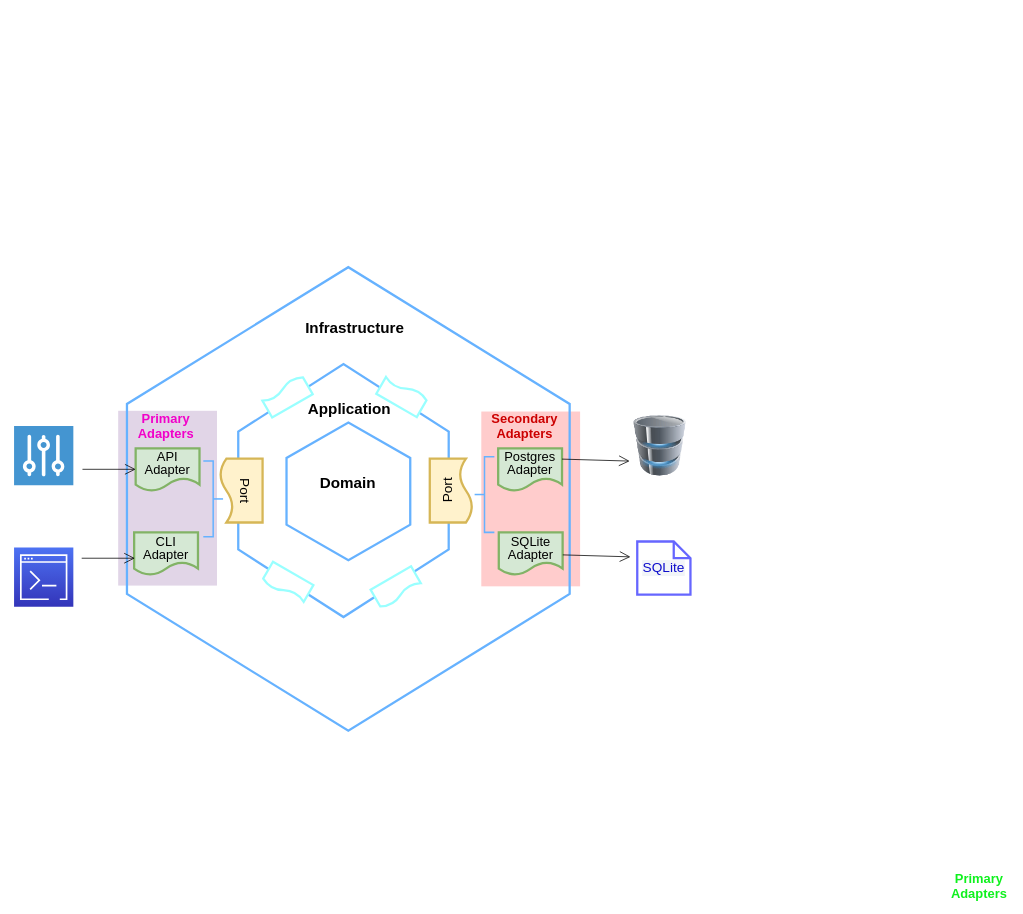
Earlier version of the draw.io diagram page "hexagoanl" (2 of 2) of scrapper.drawio (shaam-codes/scrapper-docs). Source tidied: cells renumbered, new cells numbered last; positions are measured from the earlier drawing's top-left corner, leaving out a move shared by most shapes. Both pictures are drawn from the tidied source at 76%, with x=0, y=0 at pixel (14, 277).
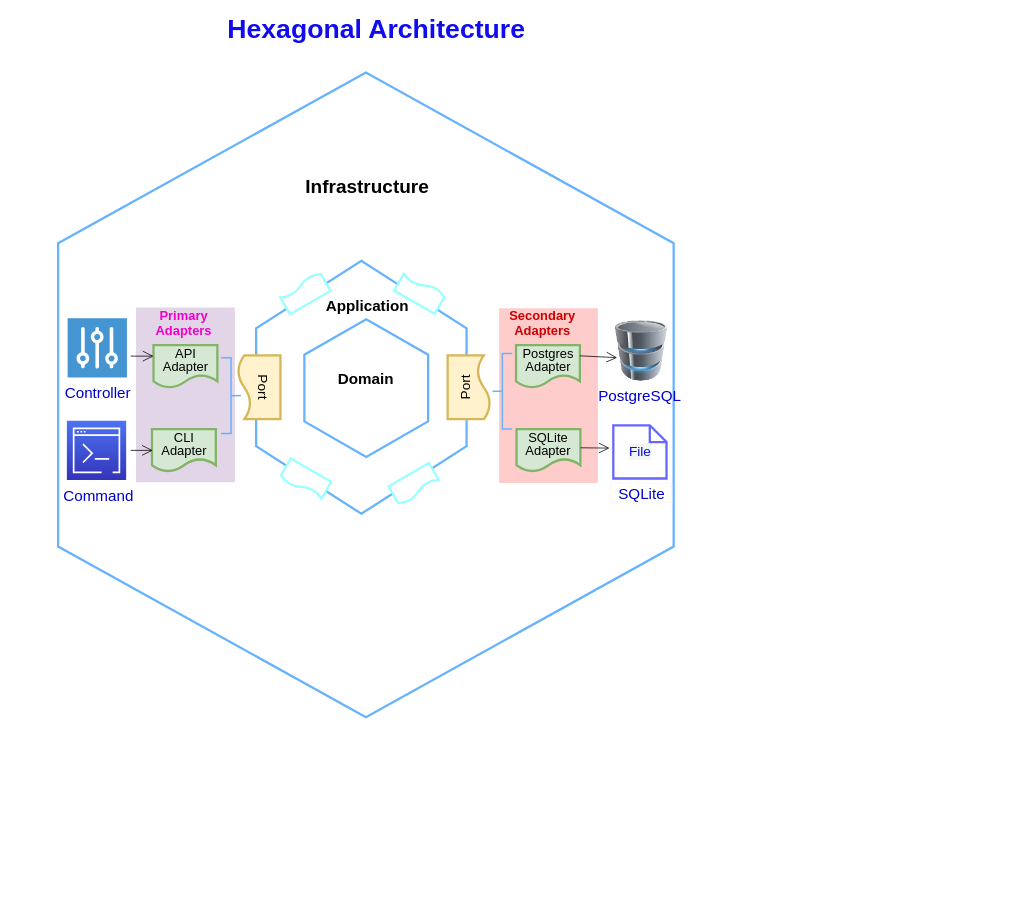
The same page after the edit.

Change to the diagram source:
```diff
@@
+    <mxCell id="33" style="group;" parent="1" vertex="1">
+      <mxGeometry x="58" y="-270" width="809.9" height="848.1" as="geometry" />
+    </mxCell>
-    <mxCell id="2" style="rounded=0;whiteSpace=wrap;html=1;strokeColor=none;strokeWidth=3;fontSize=17;fillColor=#ffcccc;" parent="1" vertex="1">
-      <mxGeometry x="614.8" y="176" width="130" height="230" as="geometry" />
+    <mxCell id="2" style="rounded=0;whiteSpace=wrap;html=1;strokeColor=none;strokeWidth=3;fontSize=17;fillColor=#ffcccc;" parent="33" vertex="1">
+      <mxGeometry x="580.2" y="310.1" width="130" height="230" as="geometry" />
     </mxCell>
-    <mxCell id="3" style="rounded=0;whiteSpace=wrap;html=1;strokeColor=none;strokeWidth=3;fontSize=17;fillColor=#e1d5e7;" parent="1" vertex="1">
-      <mxGeometry x="137" y="175" width="130" height="230" as="geometry" />
+    <mxCell id="3" style="rounded=0;whiteSpace=wrap;html=1;strokeColor=none;strokeWidth=3;fontSize=17;fillColor=#e1d5e7;" parent="33" vertex="1">
+      <mxGeometry x="102.5" y="309.1" width="130" height="230" as="geometry" />
     </mxCell>
-    <mxCell id="4" style="shape=hexagon;perimeter=hexagonPerimeter2;whiteSpace=wrap;html=1;fixedSize=1;strokeColor=#66B2FF;strokeWidth=3;fontSize=13;fillColor=none;gradientColor=none;rounded=0;rotation=90;size=180;" parent="1" vertex="1">
-      <mxGeometry x="134.8" y="-0.2" width="610" height="582.5" as="geometry" />
+    <mxCell id="4" style="shape=hexagon;perimeter=hexagonPerimeter2;whiteSpace=wrap;html=1;fixedSize=1;strokeColor=#66B2FF;strokeWidth=3;fontSize=13;fillColor=none;gradientColor=none;rounded=0;rotation=90;size=224.57000000000016;" parent="33" vertex="1">
+      <mxGeometry x="-19.1" y="19.1" width="848.1" height="809.9" as="geometry" />
     </mxCell>
-    <mxCell id="5" style="shape=hexagon;perimeter=hexagonPerimeter2;whiteSpace=wrap;html=1;fixedSize=1;strokeColor=#66B2FF;strokeWidth=3;fontSize=13;fillColor=none;gradientColor=none;rounded=0;rotation=90;size=88.92000000000007;" parent="1" vertex="1">
-      <mxGeometry x="267" y="141.5" width="332.9" height="276.9" as="geometry" />
+    <mxCell id="5" style="shape=hexagon;perimeter=hexagonPerimeter2;whiteSpace=wrap;html=1;fixedSize=1;strokeColor=#66B2FF;strokeWidth=3;fontSize=13;fillColor=none;gradientColor=none;rounded=0;rotation=90;size=88.92000000000007;" parent="33" vertex="1">
+      <mxGeometry x="232.5" y="275.6" width="332.9" height="276.9" as="geometry" />
     </mxCell>
-    <mxCell id="6" style="shape=hexagon;perimeter=hexagonPerimeter2;whiteSpace=wrap;html=1;fixedSize=1;strokeColor=#66B2FF;strokeWidth=3;fontSize=13;fillColor=none;gradientColor=none;rounded=0;rotation=90;size=46.700000000000045;" parent="1" vertex="1">
-      <mxGeometry x="349.3" y="199.6" width="181.2" height="162.8" as="geometry" />
+    <mxCell id="6" style="shape=hexagon;perimeter=hexagonPerimeter2;whiteSpace=wrap;html=1;fixedSize=1;strokeColor=#66B2FF;strokeWidth=3;fontSize=13;fillColor=none;gradientColor=none;rounded=0;rotation=90;size=46.700000000000045;" parent="33" vertex="1">
+      <mxGeometry x="314.8" y="333.7" width="181.2" height="162.8" as="geometry" />
     </mxCell>
-    <mxCell id="7" value="Domain" style="text;align=center;fontStyle=1;verticalAlign=middle;spacingLeft=3;spacingRight=3;strokeColor=none;fontSize=20;" parent="1" vertex="1">
-      <mxGeometry x="399.5" y="254.6" width="80" height="26" as="geometry" />
+    <mxCell id="7" value="Domain" style="text;align=center;fontStyle=1;verticalAlign=middle;spacingLeft=3;spacingRight=3;strokeColor=none;fontSize=20;" parent="33" vertex="1">
+      <mxGeometry x="365" y="388.7" width="80" height="26" as="geometry" />
     </mxCell>
-    <mxCell id="8" value="Application" style="text;align=center;fontStyle=1;verticalAlign=middle;spacingLeft=3;spacingRight=3;strokeColor=none;fontSize=20;" parent="1" vertex="1">
-      <mxGeometry x="401.5" y="153" width="80" height="36" as="geometry" />
+    <mxCell id="8" value="Application" style="text;align=center;fontStyle=1;verticalAlign=middle;spacingLeft=3;spacingRight=3;strokeColor=none;fontSize=20;" parent="33" vertex="1">
+      <mxGeometry x="367" y="287.1" width="80" height="36" as="geometry" />
     </mxCell>
-    <mxCell id="9" value="&lt;p style=&quot;line-height: 100%; font-size: 17px;&quot;&gt;&lt;font style=&quot;font-size: 17px;&quot;&gt;API&lt;br&gt;Adapter&lt;/font&gt;&lt;/p&gt;" style="shape=document;whiteSpace=wrap;html=1;boundedLbl=1;rounded=0;strokeColor=#82b366;strokeWidth=3;fontSize=28;fillColor=#d5e8d4;" parent="1" vertex="1">
-      <mxGeometry x="160" y="224.6" width="84" height="56" as="geometry" />
+    <mxCell id="9" value="&lt;p style=&quot;line-height: 100%; font-size: 17px;&quot;&gt;&lt;font style=&quot;font-size: 17px;&quot;&gt;API&lt;br&gt;Adapter&lt;/font&gt;&lt;/p&gt;" style="shape=document;whiteSpace=wrap;html=1;boundedLbl=1;rounded=0;strokeColor=#82b366;strokeWidth=3;fontSize=28;fillColor=#d5e8d4;" parent="33" vertex="1">
+      <mxGeometry x="125.5" y="358.7" width="84" height="56" as="geometry" />
     </mxCell>
-    <mxCell id="10" value="&lt;p style=&quot;line-height: 100%; font-size: 17px;&quot;&gt;&lt;font style=&quot;font-size: 17px;&quot;&gt;CLI&lt;br&gt;Adapter&lt;/font&gt;&lt;/p&gt;" style="shape=document;whiteSpace=wrap;html=1;boundedLbl=1;rounded=0;strokeColor=#82b366;strokeWidth=3;fontSize=28;fillColor=#d5e8d4;" parent="1" vertex="1">
-      <mxGeometry x="158" y="335" width="84" height="56" as="geometry" />
+    <mxCell id="10" value="&lt;p style=&quot;line-height: 100%; font-size: 17px;&quot;&gt;&lt;font style=&quot;font-size: 17px;&quot;&gt;CLI&lt;br&gt;Adapter&lt;/font&gt;&lt;/p&gt;" style="shape=document;whiteSpace=wrap;html=1;boundedLbl=1;rounded=0;strokeColor=#82b366;strokeWidth=3;fontSize=28;fillColor=#d5e8d4;" parent="33" vertex="1">
+      <mxGeometry x="123.5" y="469.1" width="84" height="56" as="geometry" />
     </mxCell>
-    <mxCell id="11" value="&lt;p style=&quot;line-height: 100%; font-size: 17px;&quot;&gt;&lt;font style=&quot;font-size: 17px;&quot;&gt;Postgres&lt;br&gt;Adapter&lt;/font&gt;&lt;/p&gt;" style="shape=document;whiteSpace=wrap;html=1;boundedLbl=1;rounded=0;strokeColor=#82b366;strokeWidth=3;fontSize=28;fillColor=#d5e8d4;" parent="1" vertex="1">
-      <mxGeometry x="637" y="224.6" width="84" height="56" as="geometry" />
+    <mxCell id="11" value="&lt;p style=&quot;line-height: 100%; font-size: 17px;&quot;&gt;&lt;font style=&quot;font-size: 17px;&quot;&gt;Postgres&lt;br&gt;Adapter&lt;/font&gt;&lt;/p&gt;" style="shape=document;whiteSpace=wrap;html=1;boundedLbl=1;rounded=0;strokeColor=#82b366;strokeWidth=3;fontSize=28;fillColor=#d5e8d4;" parent="33" vertex="1">
+      <mxGeometry x="602.5" y="358.7" width="84" height="56" as="geometry" />
     </mxCell>
-    <mxCell id="12" value="&lt;p style=&quot;line-height: 100%; font-size: 17px;&quot;&gt;&lt;font style=&quot;font-size: 17px;&quot;&gt;SQLite&lt;br&gt;Adapter&lt;/font&gt;&lt;/p&gt;" style="shape=document;whiteSpace=wrap;html=1;boundedLbl=1;rounded=0;strokeColor=#82b366;strokeWidth=3;fontSize=28;fillColor=#d5e8d4;" parent="1" vertex="1">
-      <mxGeometry x="637.8" y="335" width="84" height="56" as="geometry" />
+    <mxCell id="12" value="&lt;p style=&quot;line-height: 100%; font-size: 17px;&quot;&gt;&lt;font style=&quot;font-size: 17px;&quot;&gt;SQLite&lt;br&gt;Adapter&lt;/font&gt;&lt;/p&gt;" style="shape=document;whiteSpace=wrap;html=1;boundedLbl=1;rounded=0;strokeColor=#82b366;strokeWidth=3;fontSize=28;fillColor=#d5e8d4;" parent="33" vertex="1">
+      <mxGeometry x="603.2" y="469.1" width="84" height="56" as="geometry" />
     </mxCell>
-    <mxCell id="13" value="&lt;font style=&quot;font-size: 18px;&quot;&gt;Port&lt;br&gt;&lt;/font&gt;" style="shape=document;whiteSpace=wrap;html=1;boundedLbl=1;rounded=0;strokeColor=#d6b656;strokeWidth=3;fontSize=28;fillColor=#fff2cc;rotation=90;" parent="1" vertex="1">
-      <mxGeometry x="257" y="252" width="84" height="56" as="geometry" />
+    <mxCell id="13" value="&lt;font style=&quot;font-size: 18px;&quot;&gt;Port&lt;br&gt;&lt;/font&gt;" style="shape=document;whiteSpace=wrap;html=1;boundedLbl=1;rounded=0;strokeColor=#d6b656;strokeWidth=3;fontSize=28;fillColor=#fff2cc;rotation=90;" parent="33" vertex="1">
+      <mxGeometry x="222.5" y="386.1" width="84" height="56" as="geometry" />
     </mxCell>
-    <mxCell id="14" value="&lt;font style=&quot;font-size: 18px;&quot;&gt;Port&lt;br&gt;&lt;/font&gt;" style="shape=document;whiteSpace=wrap;html=1;boundedLbl=1;rounded=0;strokeColor=#d6b656;strokeWidth=3;fontSize=28;fillColor=#fff2cc;rotation=-90;" parent="1" vertex="1">
-      <mxGeometry x="533" y="252" width="84" height="56" as="geometry" />
+    <mxCell id="14" value="&lt;font style=&quot;font-size: 18px;&quot;&gt;Port&lt;br&gt;&lt;/font&gt;" style="shape=document;whiteSpace=wrap;html=1;boundedLbl=1;rounded=0;strokeColor=#d6b656;strokeWidth=3;fontSize=28;fillColor=#fff2cc;rotation=-90;" parent="33" vertex="1">
+      <mxGeometry x="498.5" y="386.1" width="84" height="56" as="geometry" />
     </mxCell>
-    <mxCell id="15" value="Infrastructure" style="text;align=center;fontStyle=1;verticalAlign=middle;spacingLeft=3;spacingRight=3;strokeColor=none;fontSize=20;" parent="1" vertex="1">
-      <mxGeometry x="408.5" y="46" width="80" height="36" as="geometry" />
+    <mxCell id="15" value="Infrastructure" style="text;align=center;fontStyle=1;verticalAlign=middle;spacingLeft=3;spacingRight=3;strokeColor=none;fontSize=25;" parent="33" vertex="1">
+      <mxGeometry x="367" y="129.1" width="80" height="36" as="geometry" />
     </mxCell>
-    <mxCell id="16" value="Primary&#10;Adapters" style="text;align=center;fontStyle=1;verticalAlign=middle;spacingLeft=3;spacingRight=3;strokeColor=none;fontSize=17;fontColor=#F100C9;" parent="1" vertex="1">
-      <mxGeometry x="160" y="181" width="80" height="26" as="geometry" />
+    <mxCell id="16" value="Primary&#10;Adapters" style="text;align=center;fontStyle=1;verticalAlign=middle;spacingLeft=3;spacingRight=3;strokeColor=none;fontSize=17;fontColor=#F100C9;" parent="33" vertex="1">
+      <mxGeometry x="125.5" y="315.1" width="80" height="26" as="geometry" />
     </mxCell>
-    <mxCell id="17" value="Secondary&#10;Adapters" style="text;align=center;fontStyle=1;verticalAlign=middle;spacingLeft=3;spacingRight=3;strokeColor=none;fontSize=17;fontColor=#CC0000;" parent="1" vertex="1">
-      <mxGeometry x="632" y="181" width="80" height="26" as="geometry" />
+    <mxCell id="17" value="Secondary&#10;Adapters" style="text;align=center;fontStyle=1;verticalAlign=middle;spacingLeft=3;spacingRight=3;strokeColor=none;fontSize=17;fontColor=#CC0000;" parent="33" vertex="1">
+      <mxGeometry x="597.5" y="315.1" width="80" height="26" as="geometry" />
     </mxCell>
-    <mxCell id="18" value="Primary&#10;Adapters" style="text;align=center;fontStyle=1;verticalAlign=middle;spacingLeft=3;spacingRight=3;strokeColor=none;fontSize=17;fontColor=#0ef11d;" parent="1" vertex="1">
-      <mxGeometry x="1230" y="786" width="80" height="26" as="geometry" />
-    </mxCell>
-    <mxCell id="19" style="strokeWidth=2;html=1;shape=mxgraph.flowchart.annotation_2;align=left;labelPosition=right;rounded=0;labelBackgroundColor=#99CCFF;strokeColor=#66B2FF;fontSize=17;fontColor=#F10707;fillColor=#CCE5FF;gradientColor=none;" parent="1" vertex="1">
-      <mxGeometry x="606" y="235.4" width="26" height="99.6" as="geometry" />
+    <mxCell id="19" style="strokeWidth=2;html=1;shape=mxgraph.flowchart.annotation_2;align=left;labelPosition=right;rounded=0;labelBackgroundColor=#99CCFF;strokeColor=#66B2FF;fontSize=17;fontColor=#F10707;fillColor=#CCE5FF;gradientColor=none;" parent="33" vertex="1">
+      <mxGeometry x="571.5" y="369.5" width="26" height="99.6" as="geometry" />
     </mxCell>
-    <mxCell id="20" style="strokeWidth=2;html=1;shape=mxgraph.flowchart.annotation_2;align=left;labelPosition=right;rounded=0;labelBackgroundColor=#99CCFF;strokeColor=#66B2FF;fontSize=17;fontColor=#F10707;fillColor=#CCE5FF;gradientColor=none;rotation=-180;" parent="1" vertex="1">
-      <mxGeometry x="249" y="241.2" width="26" height="99.6" as="geometry" />
+    <mxCell id="20" style="strokeWidth=2;html=1;shape=mxgraph.flowchart.annotation_2;align=left;labelPosition=right;rounded=0;labelBackgroundColor=#99CCFF;strokeColor=#66B2FF;fontSize=17;fontColor=#F10707;fillColor=#CCE5FF;gradientColor=none;rotation=-180;" parent="33" vertex="1">
+      <mxGeometry x="214.5" y="375.3" width="26" height="99.6" as="geometry" />
     </mxCell>
-    <mxCell id="21" value="&lt;font style=&quot;&quot;&gt;&lt;br&gt;&lt;/font&gt;" style="shape=document;whiteSpace=wrap;html=1;boundedLbl=1;rounded=0;strokeColor=#99FFFF;strokeWidth=3;fontSize=28;fillColor=default;rotation=-210;fixDash=0;backgroundOutline=0;movableLabel=1;" parent="1" vertex="1">
-      <mxGeometry x="328" y="140.5" width="61.5" height="30" as="geometry">
+    <mxCell id="21" value="&lt;font style=&quot;&quot;&gt;&lt;br&gt;&lt;/font&gt;" style="shape=document;whiteSpace=wrap;html=1;boundedLbl=1;rounded=0;strokeColor=#99FFFF;strokeWidth=3;fontSize=28;fillColor=default;rotation=-210;fixDash=0;backgroundOutline=0;movableLabel=1;" parent="33" vertex="1">
+      <mxGeometry x="293.5" y="274.6" width="61.5" height="30" as="geometry">
         <mxPoint x="5" y="-8.7" as="offset" />
       </mxGeometry>
     </mxCell>
-    <mxCell id="22" value="&lt;font style=&quot;&quot;&gt;&lt;br&gt;&lt;/font&gt;" style="shape=document;whiteSpace=wrap;html=1;boundedLbl=1;rounded=0;strokeColor=#99FFFF;strokeWidth=3;fontSize=28;fillColor=default;rotation=30;fixDash=0;backgroundOutline=0;movableLabel=1;" parent="1" vertex="1">
-      <mxGeometry x="329" y="387" width="61.5" height="30" as="geometry">
+    <mxCell id="22" value="&lt;font style=&quot;&quot;&gt;&lt;br&gt;&lt;/font&gt;" style="shape=document;whiteSpace=wrap;html=1;boundedLbl=1;rounded=0;strokeColor=#99FFFF;strokeWidth=3;fontSize=28;fillColor=default;rotation=30;fixDash=0;backgroundOutline=0;movableLabel=1;" parent="33" vertex="1">
+      <mxGeometry x="294.5" y="521.1" width="61.5" height="30" as="geometry">
         <mxPoint x="5" y="-8.7" as="offset" />
       </mxGeometry>
     </mxCell>
-    <mxCell id="23" value="&lt;font style=&quot;&quot;&gt;&lt;br&gt;&lt;/font&gt;" style="shape=document;whiteSpace=wrap;html=1;boundedLbl=1;rounded=0;strokeColor=#99FFFF;strokeWidth=3;fontSize=28;fillColor=default;rotation=-30;fixDash=0;backgroundOutline=0;movableLabel=1;" parent="1" vertex="1">
-      <mxGeometry x="472.5" y="393" width="61.5" height="30" as="geometry">
+    <mxCell id="23" value="&lt;font style=&quot;&quot;&gt;&lt;br&gt;&lt;/font&gt;" style="shape=document;whiteSpace=wrap;html=1;boundedLbl=1;rounded=0;strokeColor=#99FFFF;strokeWidth=3;fontSize=28;fillColor=default;rotation=-30;fixDash=0;backgroundOutline=0;movableLabel=1;" parent="33" vertex="1">
+      <mxGeometry x="438" y="527.1" width="61.5" height="30" as="geometry">
         <mxPoint x="5" y="-8.7" as="offset" />
       </mxGeometry>
     </mxCell>
-    <mxCell id="24" value="&lt;font style=&quot;&quot;&gt;&lt;br&gt;&lt;/font&gt;" style="shape=document;whiteSpace=wrap;html=1;boundedLbl=1;rounded=0;strokeColor=#99FFFF;strokeWidth=3;fontSize=28;fillColor=default;rotation=-150;fixDash=0;backgroundOutline=0;movableLabel=1;" parent="1" vertex="1">
-      <mxGeometry x="480" y="140" width="61.5" height="30" as="geometry">
+    <mxCell id="24" value="&lt;font style=&quot;&quot;&gt;&lt;br&gt;&lt;/font&gt;" style="shape=document;whiteSpace=wrap;html=1;boundedLbl=1;rounded=0;strokeColor=#99FFFF;strokeWidth=3;fontSize=28;fillColor=default;rotation=-150;fixDash=0;backgroundOutline=0;movableLabel=1;" parent="33" vertex="1">
+      <mxGeometry x="445.5" y="274.1" width="61.5" height="30" as="geometry">
         <mxPoint x="5" y="-8.7" as="offset" />
       </mxGeometry>
     </mxCell>
-    <mxCell id="25" style="sketch=0;fontColor=#232F3E;gradientColor=#4D72F3;gradientDirection=north;fillColor=#3334B9;strokeColor=#ffffff;dashed=0;verticalLabelPosition=bottom;verticalAlign=top;align=center;html=1;fontSize=12;fontStyle=0;shape=mxgraph.aws4.resourceIcon;resIcon=mxgraph.aws4.command_line_interface;rounded=0;labelBackgroundColor=#f2f5f8;strokeWidth=3;" parent="1" vertex="1">
-      <mxGeometry y="355" width="78" height="78" as="geometry" />
+    <mxCell id="25" style="sketch=0;fontColor=#232F3E;gradientColor=#4D72F3;gradientDirection=north;fillColor=#3334B9;strokeColor=#ffffff;dashed=0;verticalLabelPosition=bottom;verticalAlign=top;align=center;html=1;fontSize=12;fontStyle=0;shape=mxgraph.aws4.resourceIcon;resIcon=mxgraph.aws4.command_line_interface;rounded=0;labelBackgroundColor=#f2f5f8;strokeWidth=3;" parent="33" vertex="1">
+      <mxGeometry x="11.5" y="458.1" width="78" height="78" as="geometry" />
     </mxCell>
-    <mxCell id="26" style="shadow=0;dashed=0;html=1;strokeColor=none;fillColor=#4495D1;labelPosition=center;verticalLabelPosition=bottom;verticalAlign=top;align=center;shape=mxgraph.veeam.controller;rounded=0;labelBackgroundColor=#f2f5f8;strokeWidth=3;fontSize=18;fontColor=#0E0ECC;" parent="1" vertex="1">
-      <mxGeometry y="195" width="78" height="78" as="geometry" />
+    <mxCell id="26" style="shadow=0;dashed=0;html=1;strokeColor=none;fillColor=#4495D1;labelPosition=center;verticalLabelPosition=bottom;verticalAlign=top;align=center;shape=mxgraph.veeam.controller;rounded=0;labelBackgroundColor=#f2f5f8;strokeWidth=3;fontSize=18;fontColor=#0E0ECC;" parent="33" vertex="1">
+      <mxGeometry x="12.5" y="323.1" width="78" height="78" as="geometry" />
     </mxCell>
-    <mxCell id="27" style="image;html=1;image=img/lib/clip_art/computers/Database_128x128.png;rounded=0;labelBackgroundColor=#f2f5f8;strokeColor=#6666FF;strokeWidth=3;fontSize=18;fontColor=#0E0ECC;fillColor=default;gradientColor=none;" parent="1" vertex="1">
-      <mxGeometry x="810" y="181" width="80" height="80" as="geometry" />
+    <mxCell id="27" style="image;html=1;image=img/lib/clip_art/computers/Database_128x128.png;rounded=0;labelBackgroundColor=#f2f5f8;strokeColor=#6666FF;strokeWidth=3;fontSize=18;fontColor=#0E0ECC;fillColor=default;gradientColor=none;" parent="33" vertex="1">
+      <mxGeometry x="727.5" y="326.1" width="80" height="80" as="geometry" />
     </mxCell>
-    <mxCell id="28" value="SQLite" style="shape=note;size=22;whiteSpace=wrap;html=1;rounded=0;labelBackgroundColor=#f2f5f8;strokeColor=#6666FF;strokeWidth=3;fontSize=18;fontColor=#0E0ECC;fillColor=default;gradientColor=none;" parent="1" vertex="1">
-      <mxGeometry x="820" y="347" width="70" height="70" as="geometry" />
+    <mxCell id="28" value="File" style="shape=note;size=22;whiteSpace=wrap;html=1;rounded=0;labelBackgroundColor=#f2f5f8;strokeColor=#6666FF;strokeWidth=3;fontSize=18;fontColor=#0E0ECC;fillColor=default;gradientColor=none;" parent="33" vertex="1">
+      <mxGeometry x="730.5" y="464.1" width="70" height="70" as="geometry" />
     </mxCell>
-    <mxCell id="29" style="endArrow=open;endFill=1;endSize=12;html=1;rounded=0;fontSize=18;fontColor=#0E0ECC;" parent="1" edge="1">
+    <mxCell id="29" style="endArrow=open;endFill=1;endSize=12;html=1;rounded=0;fontSize=18;fontColor=#0E0ECC;" parent="33" edge="1">
       <mxGeometry relative="1" as="geometry">
-        <mxPoint x="90" y="252" as="sourcePoint" />
-        <mxPoint x="160" y="252" as="targetPoint" />
+        <mxPoint x="95.5" y="373.1" as="sourcePoint" />
+        <mxPoint x="125.5" y="373.1" as="targetPoint" />
       </mxGeometry>
     </mxCell>
-    <mxCell id="30" style="endArrow=open;endFill=1;endSize=12;html=1;rounded=0;fontSize=18;fontColor=#0E0ECC;" parent="1" edge="1">
+    <mxCell id="30" style="endArrow=open;endFill=1;endSize=12;html=1;rounded=0;fontSize=18;fontColor=#0E0ECC;" parent="33" edge="1">
       <mxGeometry relative="1" as="geometry">
-        <mxPoint x="89" y="369" as="sourcePoint" />
-        <mxPoint x="159" y="369" as="targetPoint" />
+        <mxPoint x="95.5" y="497.1" as="sourcePoint" />
+        <mxPoint x="124.5" y="497.1" as="targetPoint" />
       </mxGeometry>
     </mxCell>
-    <mxCell id="31" style="endArrow=open;endFill=1;endSize=12;html=1;rounded=0;fontSize=18;fontColor=#0E0ECC;exitX=1;exitY=0.25;exitDx=0;exitDy=0;" parent="1" edge="1" source="11">
+    <mxCell id="31" style="endArrow=open;endFill=1;endSize=12;html=1;rounded=0;fontSize=18;fontColor=#0E0ECC;exitX=1;exitY=0.25;exitDx=0;exitDy=0;" parent="33" edge="1" source="11">
       <mxGeometry relative="1" as="geometry">
-        <mxPoint x="810" y="241.2" as="targetPoint" />
+        <mxPoint x="735.5" y="375.1" as="targetPoint" />
       </mxGeometry>
     </mxCell>
-    <mxCell id="32" style="endArrow=open;endFill=1;endSize=12;html=1;rounded=0;fontSize=18;fontColor=#0E0ECC;exitX=1;exitY=0.25;exitDx=0;exitDy=0;" parent="1" edge="1">
+    <mxCell id="32" style="endArrow=open;endFill=1;endSize=12;html=1;rounded=0;fontSize=18;fontColor=#0E0ECC;exitX=1;exitY=0.25;exitDx=0;exitDy=0;" parent="33" edge="1">
       <mxGeometry relative="1" as="geometry">
-        <mxPoint x="722" y="364.6" as="sourcePoint" />
-        <mxPoint x="811" y="367.2" as="targetPoint" />
+        <mxPoint x="687.5" y="493.7" as="sourcePoint" />
+        <mxPoint x="725.5" y="494.1" as="targetPoint" />
       </mxGeometry>
     </mxCell>
+    <mxCell id="34" value="Controller" style="text;align=center;fontStyle=0;verticalAlign=middle;spacingLeft=3;spacingRight=3;strokeColor=none;fontSize=20;fontColor=#0000CC;" parent="33" vertex="1">
+      <mxGeometry x="12.5" y="406.3" width="80" height="26" as="geometry" />
+    </mxCell>
+    <mxCell id="35" value="PostgreSQL" style="text;align=center;fontStyle=0;verticalAlign=middle;spacingLeft=3;spacingRight=3;strokeColor=none;fontSize=20;fontColor=#0000CC;" parent="33" vertex="1">
+      <mxGeometry x="725.5" y="411.1" width="80" height="26" as="geometry" />
+    </mxCell>
+    <mxCell id="36" value="SQLite" style="text;align=center;fontStyle=0;verticalAlign=middle;spacingLeft=3;spacingRight=3;strokeColor=#f7f2f2;fontSize=20;fontColor=#0000CC;labelBackgroundColor=none;labelBorderColor=none;whiteSpace=wrap;" parent="33" vertex="1">
+      <mxGeometry x="727.5" y="540.1" width="80" height="26" as="geometry" />
+    </mxCell>
+    <mxCell id="37" value="Hexagonal Architecture" style="text;align=center;fontStyle=1;verticalAlign=middle;spacingLeft=3;spacingRight=3;strokeColor=none;fontSize=35;fillColor=none;fontColor=#100ced;" parent="1" vertex="1">
+      <mxGeometry x="436.9" y="-348.9" width="80" height="36" as="geometry" />
+    </mxCell>
+    <mxCell id="38" value="Command" style="text;align=center;fontStyle=0;verticalAlign=middle;spacingLeft=3;spacingRight=3;strokeColor=none;fontSize=20;fontColor=#0000CC;" parent="1" vertex="1">
+      <mxGeometry x="71.4" y="272.3" width="80" height="26" as="geometry" />
+    </mxCell>
```
